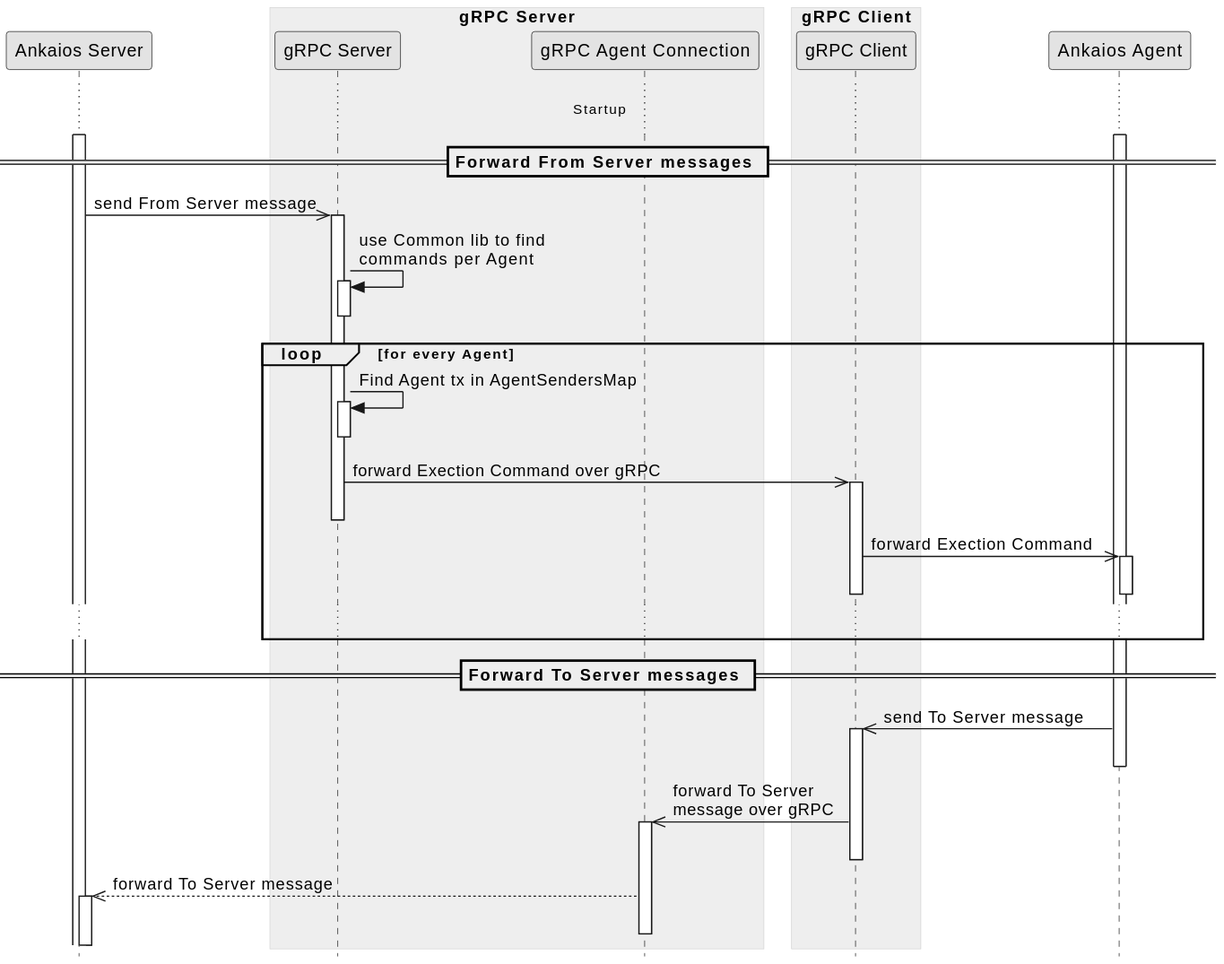
This is grpc/doc/swdesign/plantuml/seq_forward_via_grpc.svg from eclipse-ankaios/ankaios, a PlantUML export, as it was before one commit.
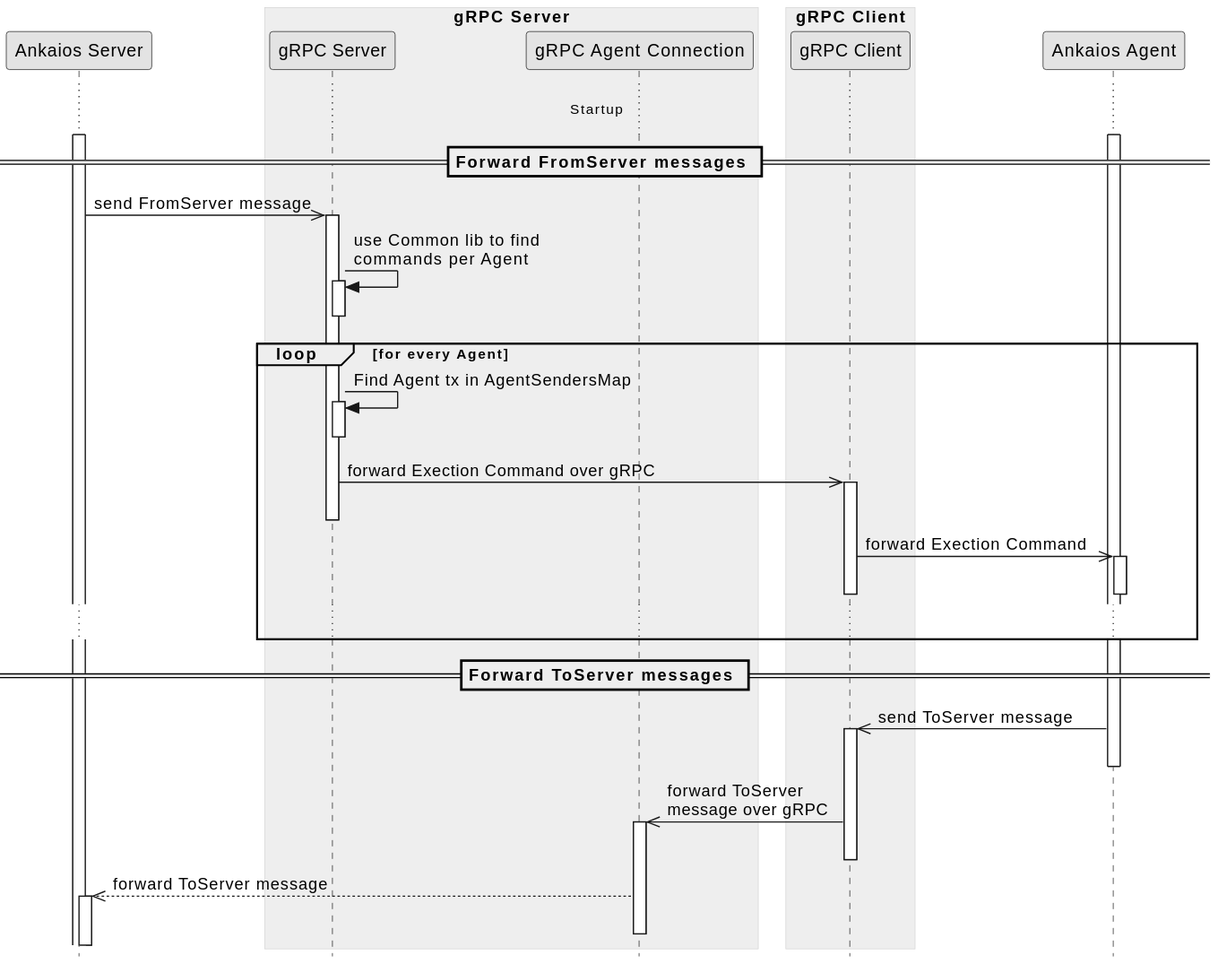
The same file after the commit.

Commit message:
Unifying ToServer and FromServer naming

Change to the diagram source:
```diff
@@ -22,9 +22,9 @@
 
 ... Startup ...
 
-== Forward From Server messages ==
+== Forward FromServer messages ==
 
-ankaios_server ->> grpc_server ++: send From Server message
+ankaios_server ->> grpc_server ++: send FromServer message
 
 grpc_server -> grpc_server ++--: use Common lib to find\ncommands per Agent
 
@@ -42,11 +42,11 @@
 
 end
 
-== Forward To Server messages ==
+== Forward ToServer messages ==
 
-ankaios_agent ->> grpc_client ++--: send To Server message
+ankaios_agent ->> grpc_client ++--: send ToServer message
 
-grpc_client ->> agent_connection ++--: forward To Server\nmessage over gRPC
+grpc_client ->> agent_connection ++--: forward ToServer\nmessage over gRPC
 
-agent_connection -->> ankaios_server ++--: forward To Server message
+agent_connection -->> ankaios_server ++--: forward ToServer message
 @enduml
```
